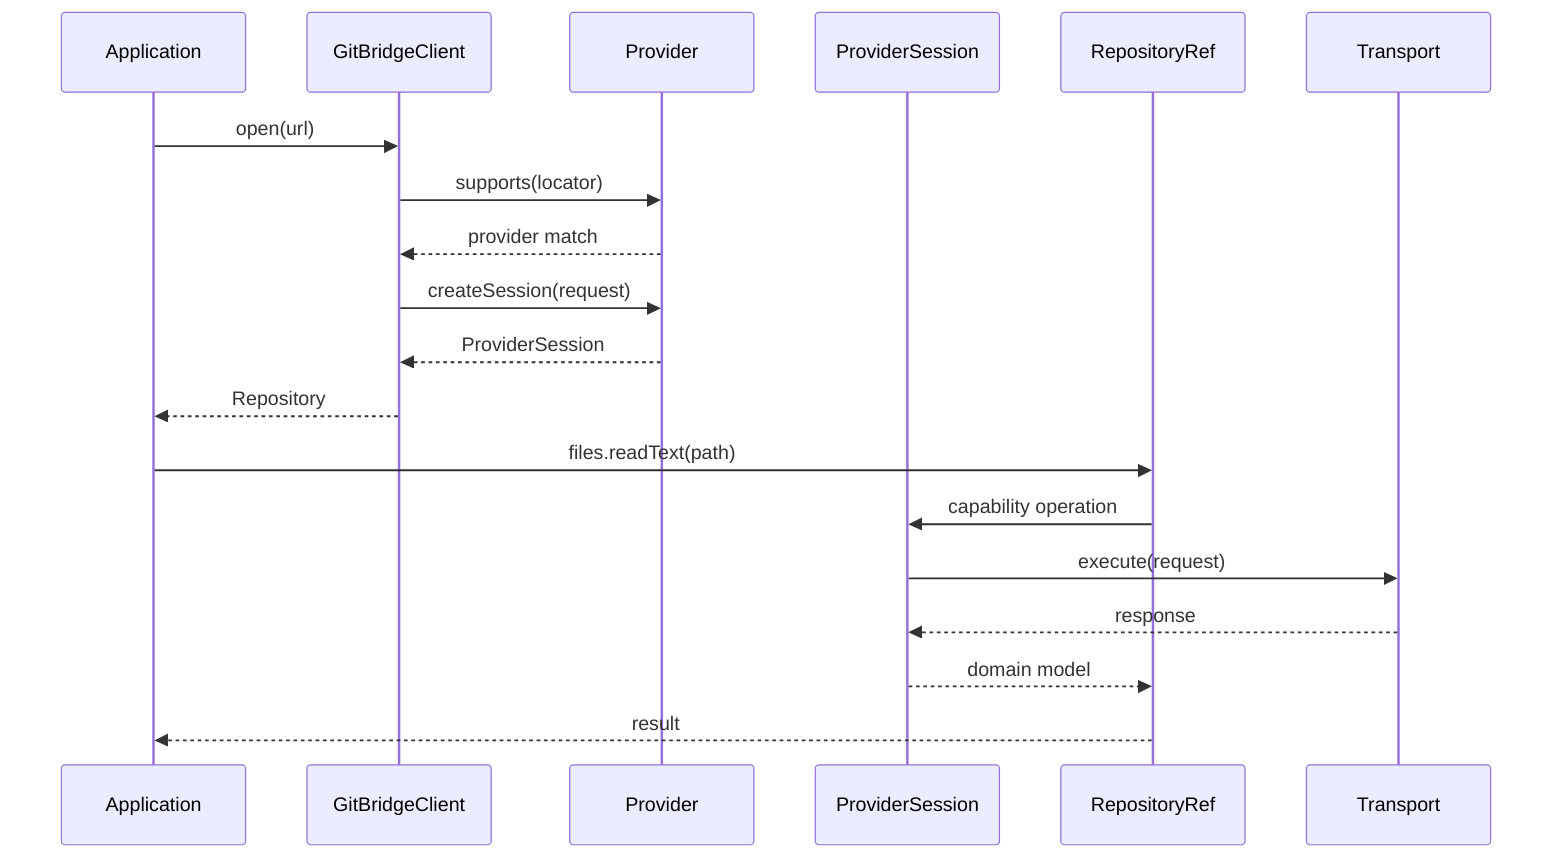
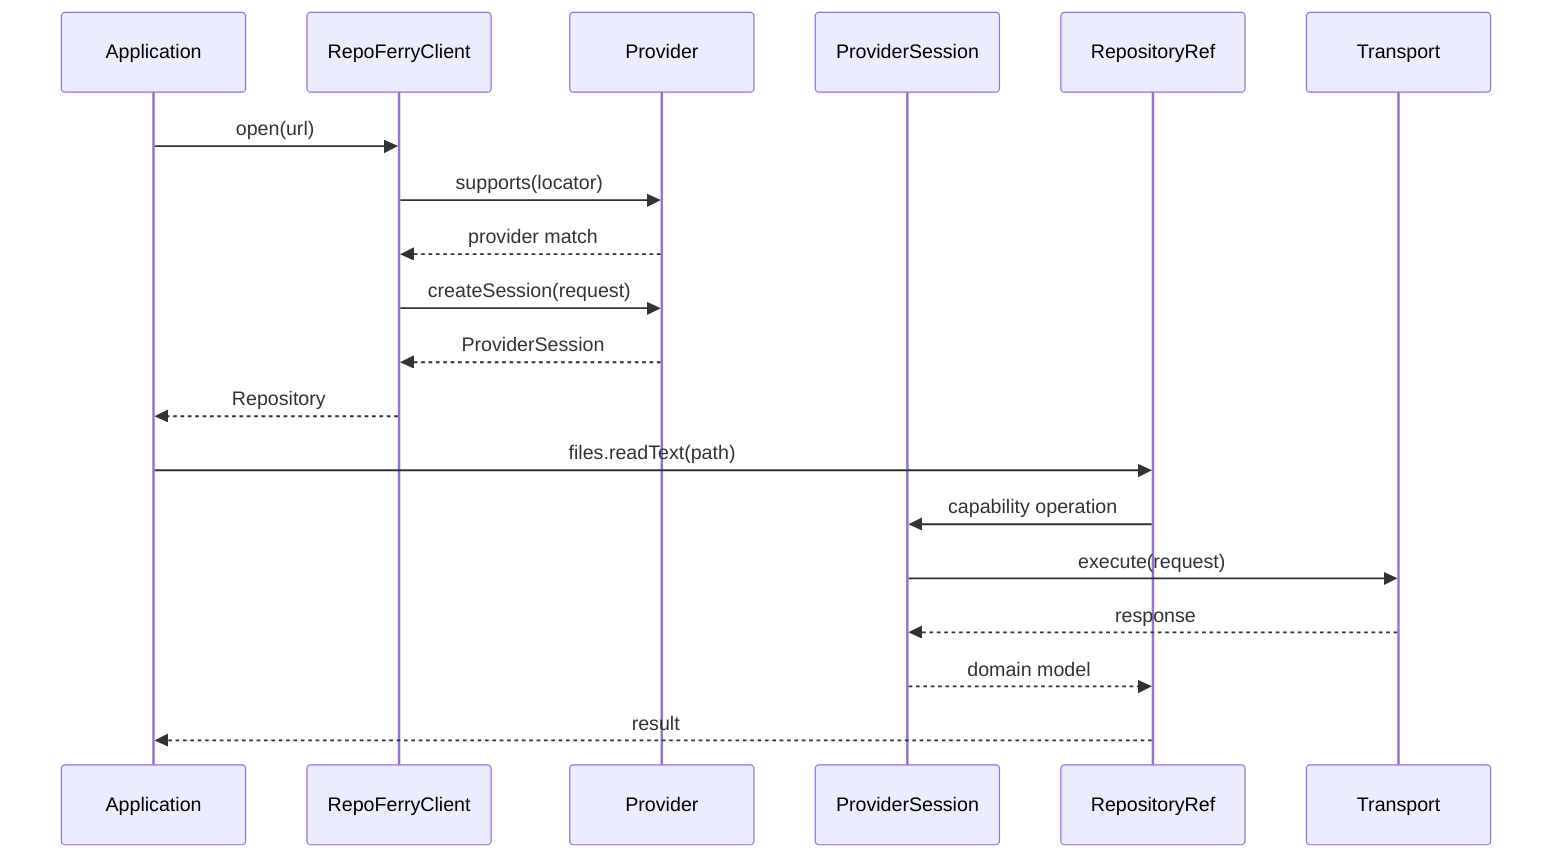
sequenceDiagram
  participant App as Application
-   participant Client as GitBridgeClient
+   participant Client as RepoFerryClient
  participant Provider as Provider
  participant Session as ProviderSession
  participant Ref as RepositoryRef
  participant Transport as Transport

  App->>Client: open(url)
  Client->>Provider: supports(locator)
  Provider-->>Client: provider match
  Client->>Provider: createSession(request)
  Provider-->>Client: ProviderSession
  Client-->>App: Repository
  App->>Ref: files.readText(path)
  Ref->>Session: capability operation
  Session->>Transport: execute(request)
  Transport-->>Session: response
  Session-->>Ref: domain model
  Ref-->>App: result
